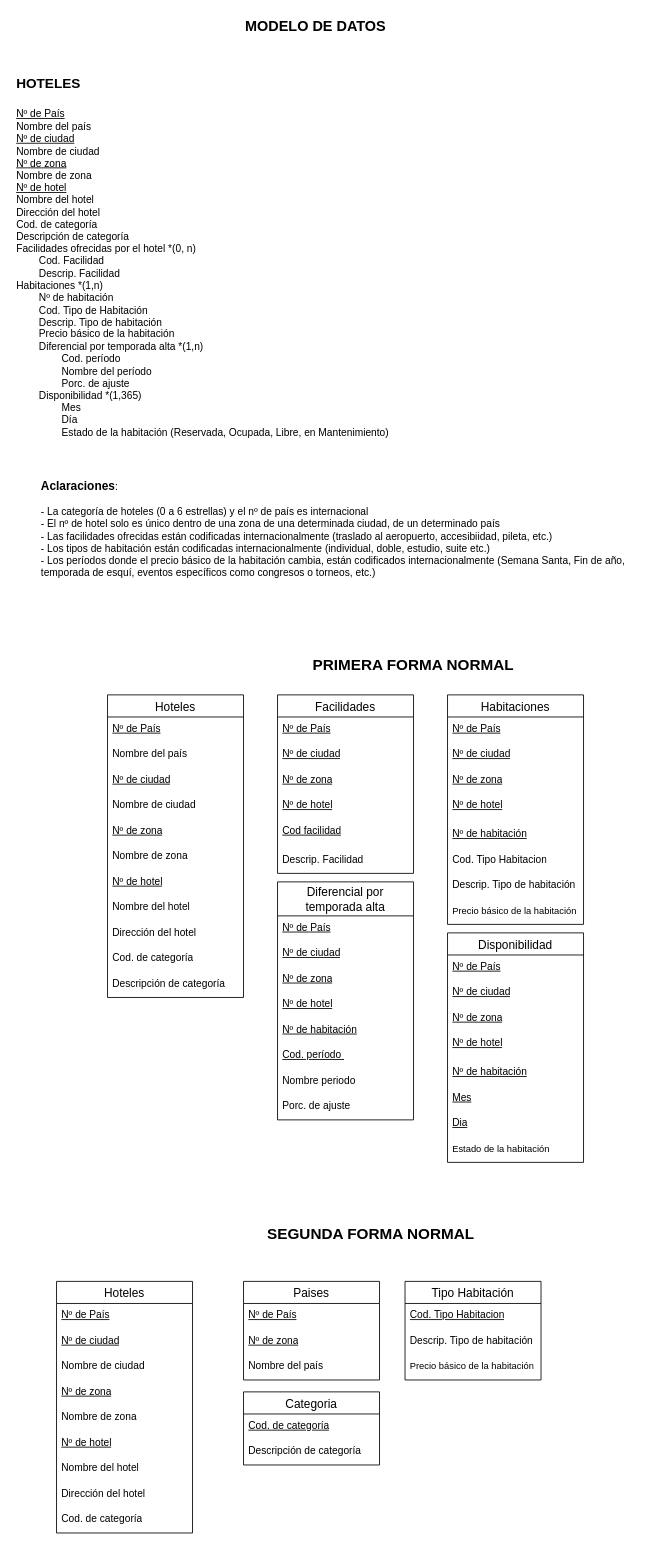
Earlier version of the draw.io diagram Diagrama-Entidad-Relacion.drawio (FrancoSimonFormia/TP-Hoteles-DABD-Grupo11). Source tidied: cells renumbered, new cells numbered last; positions are measured from the earlier drawing's top-left corner, leaving out a move shared by most shapes. Both pictures are drawn from the tidied source at 85%, with x=0, y=0 at pixel (14, 14).
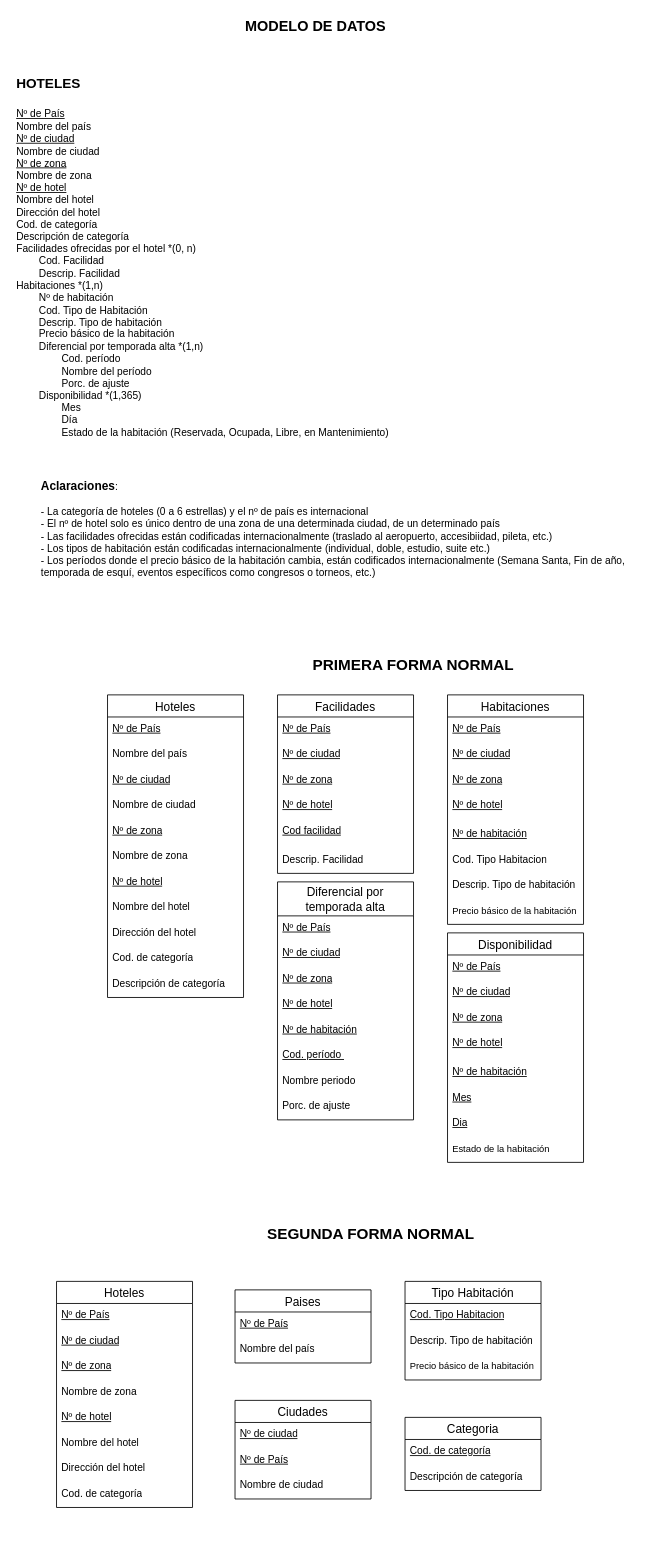
The same page after the edit.

Commit message:
2FN tabla Ciudades

Change to the diagram source:
```diff
@@
     <mxCell id="53" value="Paises" style="swimlane;fontStyle=0;horizontal=1;startSize=26;align=center;fontSize=14;" parent="1" vertex="1">
-      <mxGeometry x="269" y="1490" width="160" height="116" as="geometry" />
+      <mxGeometry x="259" y="1500" width="160" height="86" as="geometry" />
     </mxCell>
@@
-    <mxCell id="55" value="&lt;u&gt;Nº de zona&lt;/u&gt;&lt;div&gt;&lt;br&gt;&lt;/div&gt;" style="text;strokeColor=none;fillColor=none;spacingLeft=4;spacingRight=4;overflow=hidden;fontSize=12;whiteSpace=wrap;html=1;" parent="53" vertex="1">
-      <mxGeometry y="56" width="160" height="30" as="geometry" />
-    </mxCell>
     <mxCell id="56" value="Nombre del país" style="text;strokeColor=none;fillColor=none;spacingLeft=4;spacingRight=4;overflow=hidden;fontSize=12;whiteSpace=wrap;html=1;" parent="53" vertex="1">
-      <mxGeometry y="86" width="160" height="30" as="geometry" />
+      <mxGeometry y="56" width="160" height="30" as="geometry" />
     </mxCell>
     <mxCell id="57" value="Hoteles" style="swimlane;fontStyle=0;horizontal=1;startSize=26;align=center;fontSize=14;" parent="1" vertex="1">
-      <mxGeometry x="49" y="1490" width="160" height="296" as="geometry" />
+      <mxGeometry x="49" y="1490" width="160" height="266" as="geometry" />
     </mxCell>
@@
-    <mxCell id="60" value="Nombre de ciudad&lt;div&gt;&lt;br/&gt;&lt;/div&gt;" style="text;strokeColor=none;fillColor=none;spacingLeft=4;spacingRight=4;overflow=hidden;fontSize=12;whiteSpace=wrap;html=1;" parent="57" vertex="1">
-      <mxGeometry y="86" width="160" height="30" as="geometry" />
-    </mxCell>
     <mxCell id="61" value="&lt;u&gt;Nº de zona&lt;/u&gt;&lt;div&gt;&lt;br&gt;&lt;/div&gt;" style="text;strokeColor=none;fillColor=none;spacingLeft=4;spacingRight=4;overflow=hidden;fontSize=12;whiteSpace=wrap;html=1;" parent="57" vertex="1">
-      <mxGeometry y="116" width="160" height="30" as="geometry" />
+      <mxGeometry y="86" width="160" height="30" as="geometry" />
     </mxCell>
     <mxCell id="62" value="Nombre de zona&lt;div&gt;&lt;br/&gt;&lt;/div&gt;" style="text;strokeColor=none;fillColor=none;spacingLeft=4;spacingRight=4;overflow=hidden;fontSize=12;whiteSpace=wrap;html=1;" parent="57" vertex="1">
-      <mxGeometry y="146" width="160" height="30" as="geometry" />
+      <mxGeometry y="116" width="160" height="30" as="geometry" />
     </mxCell>
     <mxCell id="63" value="&lt;u&gt;Nº de hotel&lt;/u&gt;&lt;div&gt;&lt;br&gt;&lt;/div&gt;" style="text;strokeColor=none;fillColor=none;spacingLeft=4;spacingRight=4;overflow=hidden;fontSize=12;whiteSpace=wrap;html=1;" parent="57" vertex="1">
-      <mxGeometry y="176" width="160" height="30" as="geometry" />
+      <mxGeometry y="146" width="160" height="30" as="geometry" />
     </mxCell>
     <mxCell id="64" value="Nombre del hotel&lt;div&gt;&lt;br/&gt;&lt;/div&gt;" style="text;strokeColor=none;fillColor=none;spacingLeft=4;spacingRight=4;overflow=hidden;fontSize=12;whiteSpace=wrap;html=1;" parent="57" vertex="1">
-      <mxGeometry y="206" width="160" height="30" as="geometry" />
+      <mxGeometry y="176" width="160" height="30" as="geometry" />
     </mxCell>
     <mxCell id="65" value="Dirección del hotel&lt;div&gt;&lt;br/&gt;&lt;/div&gt;" style="text;strokeColor=none;fillColor=none;spacingLeft=4;spacingRight=4;overflow=hidden;fontSize=12;whiteSpace=wrap;html=1;" parent="57" vertex="1">
-      <mxGeometry y="236" width="160" height="30" as="geometry" />
+      <mxGeometry y="206" width="160" height="30" as="geometry" />
     </mxCell>
     <mxCell id="66" value="Cod. de categoría&lt;div&gt;&lt;br/&gt;&lt;/div&gt;" style="text;strokeColor=none;fillColor=none;spacingLeft=4;spacingRight=4;overflow=hidden;fontSize=12;whiteSpace=wrap;html=1;" parent="57" vertex="1">
-      <mxGeometry y="266" width="160" height="30" as="geometry" />
+      <mxGeometry y="236" width="160" height="30" as="geometry" />
     </mxCell>
     <mxCell id="67" value="Categoria" style="swimlane;fontStyle=0;horizontal=1;startSize=26;align=center;fontSize=14;" parent="1" vertex="1">
-      <mxGeometry x="269" y="1620" width="160" height="86" as="geometry" />
+      <mxGeometry x="459" y="1650" width="160" height="86" as="geometry" />
     </mxCell>
@@
+    <mxCell id="74" value="Ciudades" style="swimlane;fontStyle=0;horizontal=1;startSize=26;align=center;fontSize=14;" parent="1" vertex="1">
+      <mxGeometry x="259" y="1630" width="160" height="116" as="geometry" />
+    </mxCell>
+    <mxCell id="75" value="&lt;u&gt;Nº de ciudad&lt;/u&gt;&lt;div&gt;&lt;br&gt;&lt;/div&gt;" style="text;strokeColor=none;fillColor=none;spacingLeft=4;spacingRight=4;overflow=hidden;fontSize=12;whiteSpace=wrap;html=1;" parent="74" vertex="1">
+      <mxGeometry y="26" width="160" height="30" as="geometry" />
+    </mxCell>
+    <mxCell id="76" value="&lt;u&gt;Nº de País&lt;/u&gt;" style="text;strokeColor=none;fillColor=none;spacingLeft=4;spacingRight=4;overflow=hidden;fontSize=12;whiteSpace=wrap;html=1;" parent="74" vertex="1">
+      <mxGeometry y="56" width="160" height="30" as="geometry" />
+    </mxCell>
+    <mxCell id="60" value="Nombre de ciudad&lt;div&gt;&lt;br&gt;&lt;/div&gt;" style="text;strokeColor=none;fillColor=none;spacingLeft=4;spacingRight=4;overflow=hidden;fontSize=12;whiteSpace=wrap;html=1;" parent="74" vertex="1">
+      <mxGeometry y="86" width="160" height="30" as="geometry" />
+    </mxCell>
```
